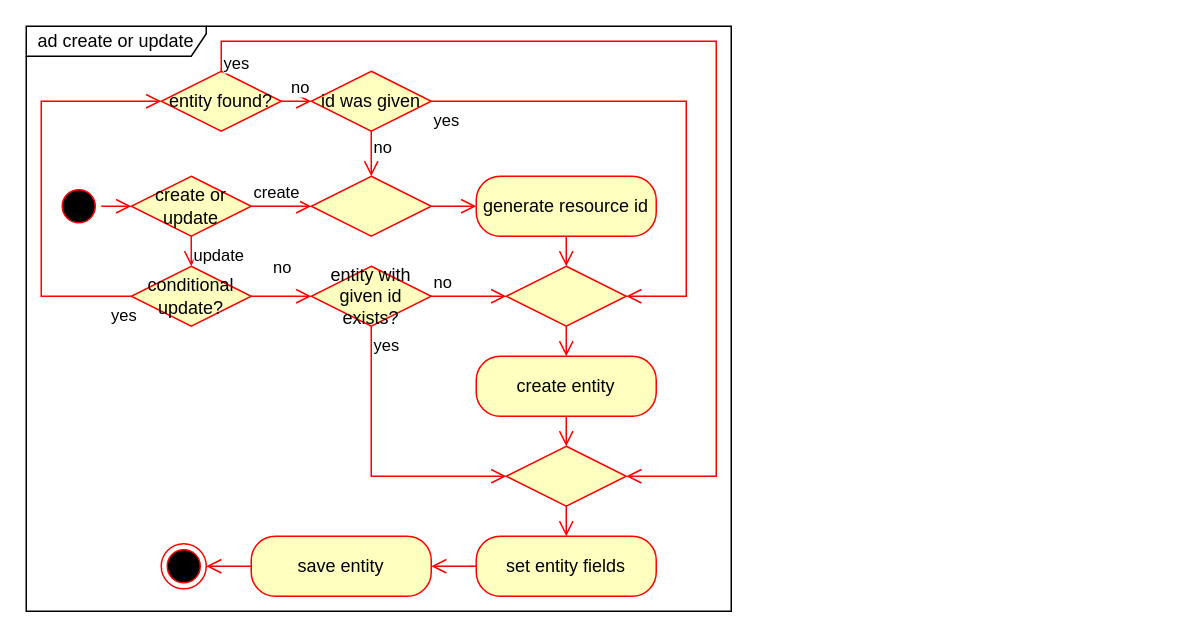
tobchen/patient-index keeps this draw.io diagram as patient-index-main/create-or-update.drawio. Above is the earlier version. Source tidied: cells renumbered, new cells numbered last; positions are measured from the earlier drawing's top-left corner, leaving out a move shared by most shapes. Both pictures are drawn from the tidied source at 150%, with x=0, y=0 at pixel (26, 26).
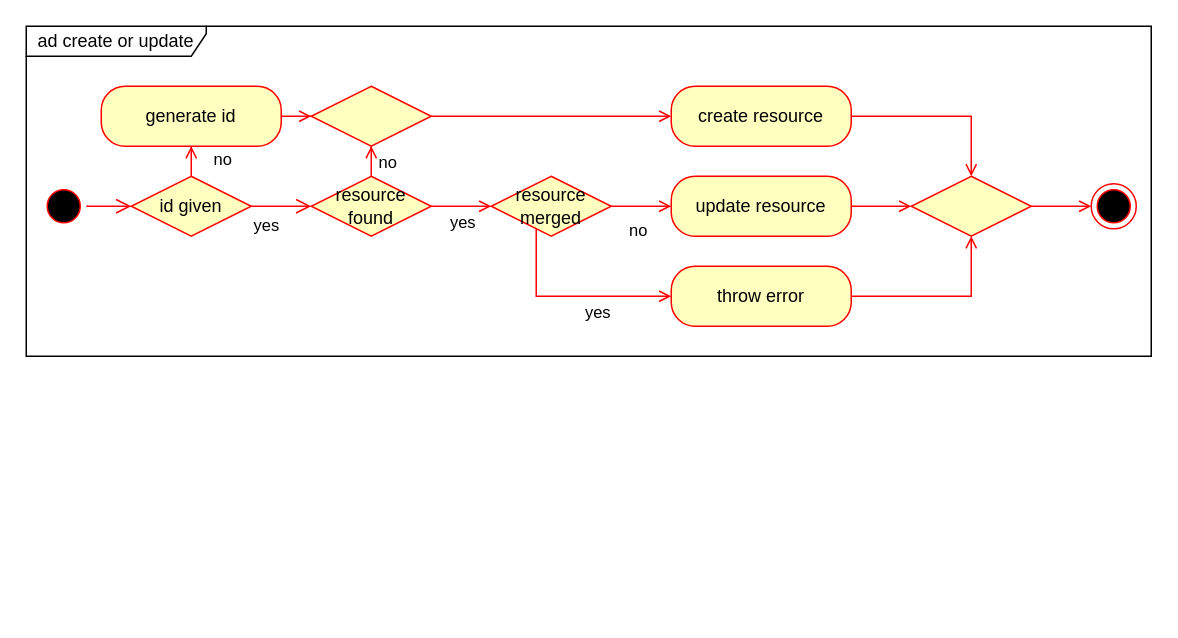
Above is the later version.

What changed in the source:
```diff
@@
     <mxCell id="2" value="ad create or update" style="shape=umlFrame;whiteSpace=wrap;html=1;width=120;height=20;" parent="1" vertex="1">
-      <mxGeometry width="470" height="390" as="geometry" />
+      <mxGeometry width="750" height="220" as="geometry" />
     </mxCell>
-    <mxCell id="3" style="ellipse;html=1;shape=startState;fillColor=#000000;strokeColor=#ff0000;" parent="1" vertex="1">
-      <mxGeometry x="20" y="105" width="30" height="30" as="geometry" />
-    </mxCell>
-    <mxCell id="4" style="edgeStyle=orthogonalEdgeStyle;html=1;verticalAlign=bottom;endArrow=open;endSize=8;strokeColor=#ff0000;rounded=0;" parent="1" edge="1" source="3" target="5">
-      <mxGeometry relative="1" as="geometry" />
-    </mxCell>
-    <mxCell id="5" value="create or update" style="rhombus;whiteSpace=wrap;html=1;fillColor=#ffffc0;strokeColor=#ff0000;" parent="1" vertex="1">
-      <mxGeometry x="70" y="100" width="80" height="40" as="geometry" />
-    </mxCell>
-    <mxCell id="6" value="create" style="edgeStyle=orthogonalEdgeStyle;html=1;align=left;verticalAlign=bottom;endArrow=open;endSize=8;strokeColor=#ff0000;rounded=0;" parent="1" edge="1" source="5" target="10">
-      <mxGeometry x="-1" relative="1" as="geometry" />
-    </mxCell>
-    <mxCell id="7" value="update" style="edgeStyle=orthogonalEdgeStyle;html=1;align=left;verticalAlign=top;endArrow=open;endSize=8;strokeColor=#ff0000;rounded=0;" parent="1" edge="1" source="5" target="23">
-      <mxGeometry x="-1" relative="1" as="geometry" />
-    </mxCell>
-    <mxCell id="8" value="generate resource id" style="rounded=1;whiteSpace=wrap;html=1;arcSize=40;fontColor=#000000;fillColor=#ffffc0;strokeColor=#ff0000;" parent="1" vertex="1">
-      <mxGeometry x="300" y="100" width="120" height="40" as="geometry" />
-    </mxCell>
-    <mxCell id="9" style="edgeStyle=orthogonalEdgeStyle;html=1;verticalAlign=bottom;endArrow=open;endSize=8;strokeColor=#ff0000;rounded=0;" parent="1" edge="1" source="8" target="14">
-      <mxGeometry relative="1" as="geometry" />
-    </mxCell>
-    <mxCell id="10" style="rhombus;whiteSpace=wrap;html=1;fillColor=#ffffc0;strokeColor=#ff0000;" parent="1" vertex="1">
-      <mxGeometry x="190" y="100" width="80" height="40" as="geometry" />
-    </mxCell>
-    <mxCell id="11" style="edgeStyle=orthogonalEdgeStyle;html=1;align=left;verticalAlign=bottom;endArrow=open;endSize=8;strokeColor=#ff0000;rounded=0;" parent="1" edge="1" source="10" target="8">
-      <mxGeometry x="-1" relative="1" as="geometry" />
-    </mxCell>
-    <mxCell id="12" value="create entity" style="rounded=1;whiteSpace=wrap;html=1;arcSize=40;fontColor=#000000;fillColor=#ffffc0;strokeColor=#ff0000;" parent="1" vertex="1">
-      <mxGeometry x="300" y="220" width="120" height="40" as="geometry" />
-    </mxCell>
-    <mxCell id="13" style="edgeStyle=orthogonalEdgeStyle;html=1;verticalAlign=bottom;endArrow=open;endSize=8;strokeColor=#ff0000;rounded=0;" parent="1" edge="1" source="12" target="18">
-      <mxGeometry relative="1" as="geometry" />
-    </mxCell>
-    <mxCell id="14" style="rhombus;whiteSpace=wrap;html=1;fillColor=#ffffc0;strokeColor=#ff0000;" parent="1" vertex="1">
-      <mxGeometry x="320" y="160" width="80" height="40" as="geometry" />
-    </mxCell>
-    <mxCell id="15" style="edgeStyle=orthogonalEdgeStyle;html=1;align=left;verticalAlign=bottom;endArrow=open;endSize=8;strokeColor=#ff0000;rounded=0;" parent="1" edge="1" source="14" target="12">
-      <mxGeometry x="-1" relative="1" as="geometry" />
-    </mxCell>
-    <mxCell id="16" value="set entity fields" style="rounded=1;whiteSpace=wrap;html=1;arcSize=40;fontColor=#000000;fillColor=#ffffc0;strokeColor=#ff0000;" parent="1" vertex="1">
-      <mxGeometry x="300" y="340" width="120" height="40" as="geometry" />
-    </mxCell>
-    <mxCell id="17" style="edgeStyle=orthogonalEdgeStyle;html=1;verticalAlign=bottom;endArrow=open;endSize=8;strokeColor=#ff0000;rounded=0;" parent="1" edge="1" source="16" target="20">
-      <mxGeometry relative="1" as="geometry" />
-    </mxCell>
-    <mxCell id="18" style="rhombus;whiteSpace=wrap;html=1;fillColor=#ffffc0;strokeColor=#ff0000;" parent="1" vertex="1">
-      <mxGeometry x="320" y="280" width="80" height="40" as="geometry" />
-    </mxCell>
-    <mxCell id="19" style="edgeStyle=orthogonalEdgeStyle;html=1;align=left;verticalAlign=bottom;endArrow=open;endSize=8;strokeColor=#ff0000;rounded=0;" parent="1" edge="1" source="18" target="16">
-      <mxGeometry x="-1" relative="1" as="geometry" />
-    </mxCell>
-    <mxCell id="20" value="save entity" style="rounded=1;whiteSpace=wrap;html=1;arcSize=40;fontColor=#000000;fillColor=#ffffc0;strokeColor=#ff0000;" parent="1" vertex="1">
-      <mxGeometry x="150" y="340" width="120" height="40" as="geometry" />
-    </mxCell>
-    <mxCell id="21" style="edgeStyle=orthogonalEdgeStyle;html=1;verticalAlign=bottom;endArrow=open;endSize=8;strokeColor=#ff0000;rounded=0;" parent="1" edge="1" source="20" target="22">
-      <mxGeometry relative="1" as="geometry" />
-    </mxCell>
-    <mxCell id="22" style="ellipse;html=1;shape=endState;fillColor=#000000;strokeColor=#ff0000;" parent="1" vertex="1">
-      <mxGeometry x="90" y="345" width="30" height="30" as="geometry" />
-    </mxCell>
-    <mxCell id="23" value="conditional update?" style="rhombus;whiteSpace=wrap;html=1;fillColor=#ffffc0;strokeColor=#ff0000;" parent="1" vertex="1">
-      <mxGeometry x="70" y="160" width="80" height="40" as="geometry" />
-    </mxCell>
-    <mxCell id="24" value="no" style="edgeStyle=orthogonalEdgeStyle;html=1;align=left;verticalAlign=bottom;endArrow=open;endSize=8;strokeColor=#ff0000;rounded=0;" parent="1" edge="1" source="23" target="26">
-      <mxGeometry x="-0.33" y="10" relative="1" as="geometry" />
-    </mxCell>
-    <mxCell id="25" value="yes" style="edgeStyle=orthogonalEdgeStyle;html=1;align=left;verticalAlign=top;endArrow=open;endSize=8;strokeColor=#ff0000;rounded=0;" parent="1" edge="1" source="23" target="29">
-      <mxGeometry x="-0.89" relative="1" as="geometry">
-        <Array as="points">
-          <mxPoint x="10" y="180" />
-          <mxPoint x="10" y="50" />
-        </Array>
-      </mxGeometry>
-    </mxCell>
-    <mxCell id="26" value="entity with given id exists?" style="rhombus;whiteSpace=wrap;html=1;fillColor=#ffffc0;strokeColor=#ff0000;" parent="1" vertex="1">
-      <mxGeometry x="190" y="160" width="80" height="40" as="geometry" />
-    </mxCell>
-    <mxCell id="27" value="no" style="edgeStyle=orthogonalEdgeStyle;html=1;align=left;verticalAlign=bottom;endArrow=open;endSize=8;strokeColor=#ff0000;rounded=0;" parent="1" edge="1" source="26" target="14">
-      <mxGeometry x="-1" relative="1" as="geometry">
-        <Array as="points">
-          <mxPoint x="260" y="180" />
-          <mxPoint x="260" y="180" />
-        </Array>
-      </mxGeometry>
-    </mxCell>
-    <mxCell id="28" value="yes" style="edgeStyle=orthogonalEdgeStyle;html=1;align=left;verticalAlign=top;endArrow=open;endSize=8;strokeColor=#ff0000;rounded=0;" parent="1" edge="1" source="26" target="18">
-      <mxGeometry x="-1" relative="1" as="geometry">
-        <Array as="points">
-          <mxPoint x="230" y="300" />
-        </Array>
-      </mxGeometry>
-    </mxCell>
-    <mxCell id="29" value="entity found?" style="rhombus;whiteSpace=wrap;html=1;fillColor=#ffffc0;strokeColor=#ff0000;" parent="1" vertex="1">
-      <mxGeometry x="90" y="30" width="80" height="40" as="geometry" />
-    </mxCell>
-    <mxCell id="30" value="no" style="edgeStyle=orthogonalEdgeStyle;html=1;align=left;verticalAlign=bottom;endArrow=open;endSize=8;strokeColor=#ff0000;rounded=0;" parent="1" edge="1" source="29" target="32">
-      <mxGeometry x="-0.5" relative="1" as="geometry" />
-    </mxCell>
-    <mxCell id="31" value="yes" style="edgeStyle=orthogonalEdgeStyle;html=1;align=left;verticalAlign=top;endArrow=open;endSize=8;strokeColor=#ff0000;rounded=0;" parent="1" edge="1" source="29" target="18">
-      <mxGeometry x="-0.95" relative="1" as="geometry">
-        <Array as="points">
-          <mxPoint x="130" y="10" />
-          <mxPoint x="460" y="10" />
-          <mxPoint x="460" y="300" />
-        </Array>
-      </mxGeometry>
-    </mxCell>
-    <mxCell id="32" value="id was given" style="rhombus;whiteSpace=wrap;html=1;fillColor=#ffffc0;strokeColor=#ff0000;" parent="1" vertex="1">
-      <mxGeometry x="190" y="30" width="80" height="40" as="geometry" />
-    </mxCell>
-    <mxCell id="33" value="no" style="edgeStyle=orthogonalEdgeStyle;html=1;align=left;verticalAlign=bottom;endArrow=open;endSize=8;strokeColor=#ff0000;rounded=0;" parent="1" edge="1" source="32" target="10">
-      <mxGeometry x="0.33" relative="1" as="geometry" />
-    </mxCell>
-    <mxCell id="34" value="yes" style="edgeStyle=orthogonalEdgeStyle;html=1;align=left;verticalAlign=top;endArrow=open;endSize=8;strokeColor=#ff0000;rounded=0;" parent="1" edge="1" source="32" target="14">
-      <mxGeometry x="-1" relative="1" as="geometry">
-        <Array as="points">
-          <mxPoint x="440" y="50" />
-          <mxPoint x="440" y="180" />
-        </Array>
-      </mxGeometry>
-    </mxCell>
+    <mxCell id="35" style="ellipse;html=1;shape=startState;fillColor=#000000;strokeColor=#ff0000;" parent="1" vertex="1">
+      <mxGeometry x="10" y="105" width="30" height="30" as="geometry" />
+    </mxCell>
+    <mxCell id="36" style="edgeStyle=orthogonalEdgeStyle;html=1;verticalAlign=bottom;endArrow=open;endSize=8;strokeColor=#ff0000;rounded=0;" parent="1" edge="1" source="35" target="39">
+      <mxGeometry relative="1" as="geometry" />
+    </mxCell>
+    <mxCell id="37" style="edgeStyle=orthogonalEdgeStyle;rounded=0;jettySize=auto;html=1;endArrow=open;endFill=0;strokeColor=#FF0000;" parent="1" edge="1" source="39" target="58">
+      <mxGeometry relative="1" as="geometry" />
+    </mxCell>
+    <mxCell id="38" value="no" style="edgeLabel;html=1;align=center;verticalAlign=middle;" parent="37" vertex="1">
+      <mxGeometry x="0.73" relative="1" as="geometry">
+        <mxPoint x="20" as="offset" />
+      </mxGeometry>
+    </mxCell>
+    <mxCell id="39" value="id given" style="rhombus;whiteSpace=wrap;html=1;fontColor=#000000;fillColor=#ffffc0;strokeColor=#ff0000;" parent="1" vertex="1">
+      <mxGeometry x="70" y="100" width="80" height="40" as="geometry" />
+    </mxCell>
+    <mxCell id="40" value="yes" style="edgeStyle=orthogonalEdgeStyle;html=1;align=left;verticalAlign=top;endArrow=open;endSize=8;strokeColor=#ff0000;rounded=0;" parent="1" edge="1" source="39" target="45">
+      <mxGeometry x="-1" relative="1" as="geometry" />
+    </mxCell>
+    <mxCell id="41" style="edgeStyle=orthogonalEdgeStyle;rounded=0;jettySize=auto;html=1;strokeColor=#FF0000;endArrow=open;endFill=0;" parent="1" edge="1" source="45" target="50">
+      <mxGeometry relative="1" as="geometry" />
+    </mxCell>
+    <mxCell id="42" value="yes" style="edgeLabel;html=1;align=center;verticalAlign=middle;" parent="41" vertex="1">
+      <mxGeometry x="0.05" y="2" relative="1" as="geometry">
+        <mxPoint x="-1" y="12" as="offset" />
+      </mxGeometry>
+    </mxCell>
+    <mxCell id="43" style="edgeStyle=orthogonalEdgeStyle;rounded=0;jettySize=auto;html=1;strokeColor=#FF0000;endArrow=open;endFill=0;" parent="1" edge="1" source="45" target="60">
+      <mxGeometry relative="1" as="geometry" />
+    </mxCell>
+    <mxCell id="44" value="no" style="edgeLabel;html=1;align=center;verticalAlign=middle;" parent="43" vertex="1">
+      <mxGeometry x="0.7" y="-1" relative="1" as="geometry">
+        <mxPoint x="9" y="1" as="offset" />
+      </mxGeometry>
+    </mxCell>
+    <mxCell id="45" value="resource found" style="rhombus;whiteSpace=wrap;html=1;fontColor=#000000;fillColor=#ffffc0;strokeColor=#ff0000;" parent="1" vertex="1">
+      <mxGeometry x="190" y="100" width="80" height="40" as="geometry" />
+    </mxCell>
+    <mxCell id="46" style="edgeStyle=orthogonalEdgeStyle;rounded=0;jettySize=auto;html=1;strokeColor=#FF0000;endArrow=open;endFill=0;" parent="1" edge="1" source="50" target="54">
+      <mxGeometry relative="1" as="geometry" />
+    </mxCell>
+    <mxCell id="47" value="no" style="edgeLabel;html=1;align=center;verticalAlign=middle;" parent="46" vertex="1">
+      <mxGeometry x="-0.15" y="-1" relative="1" as="geometry">
+        <mxPoint y="14" as="offset" />
+      </mxGeometry>
+    </mxCell>
+    <mxCell id="48" style="edgeStyle=orthogonalEdgeStyle;rounded=0;jettySize=auto;html=1;strokeColor=#FF0000;endArrow=open;endFill=0;" parent="1" edge="1" source="50" target="52">
+      <mxGeometry relative="1" as="geometry">
+        <Array as="points">
+          <mxPoint x="340" y="180" />
+        </Array>
+      </mxGeometry>
+    </mxCell>
+    <mxCell id="49" value="yes" style="edgeLabel;html=1;align=center;verticalAlign=middle;" parent="48" vertex="1">
+      <mxGeometry x="0.32" y="-1" relative="1" as="geometry">
+        <mxPoint x="-4" y="9" as="offset" />
+      </mxGeometry>
+    </mxCell>
+    <mxCell id="50" value="resource merged" style="rhombus;whiteSpace=wrap;html=1;fontColor=#000000;fillColor=#ffffc0;strokeColor=#ff0000;" parent="1" vertex="1">
+      <mxGeometry x="310" y="100" width="80" height="40" as="geometry" />
+    </mxCell>
+    <mxCell id="51" style="edgeStyle=orthogonalEdgeStyle;rounded=0;jettySize=auto;html=1;strokeColor=#FF0000;endArrow=open;endFill=0;" parent="1" edge="1" source="52" target="62">
+      <mxGeometry relative="1" as="geometry" />
+    </mxCell>
+    <mxCell id="52" value="throw error" style="rounded=1;whiteSpace=wrap;html=1;arcSize=40;fontColor=#000000;fillColor=#ffffc0;strokeColor=#ff0000;" parent="1" vertex="1">
+      <mxGeometry x="430" y="160" width="120" height="40" as="geometry" />
+    </mxCell>
+    <mxCell id="53" style="edgeStyle=orthogonalEdgeStyle;rounded=0;jettySize=auto;html=1;strokeColor=#FF0000;endArrow=open;endFill=0;" parent="1" edge="1" source="54" target="62">
+      <mxGeometry relative="1" as="geometry" />
+    </mxCell>
+    <mxCell id="54" value="update resource" style="rounded=1;whiteSpace=wrap;html=1;arcSize=40;fontColor=#000000;fillColor=#ffffc0;strokeColor=#ff0000;" parent="1" vertex="1">
+      <mxGeometry x="430" y="100" width="120" height="40" as="geometry" />
+    </mxCell>
+    <mxCell id="55" style="edgeStyle=orthogonalEdgeStyle;rounded=0;jettySize=auto;html=1;strokeColor=#FF0000;endArrow=open;endFill=0;" parent="1" edge="1" source="56" target="62">
+      <mxGeometry relative="1" as="geometry" />
+    </mxCell>
+    <mxCell id="56" value="create resource" style="rounded=1;whiteSpace=wrap;html=1;arcSize=40;fontColor=#000000;fillColor=#ffffc0;strokeColor=#ff0000;" parent="1" vertex="1">
+      <mxGeometry x="430" y="40" width="120" height="40" as="geometry" />
+    </mxCell>
+    <mxCell id="57" style="edgeStyle=orthogonalEdgeStyle;rounded=0;jettySize=auto;html=1;strokeColor=#FF0000;endArrow=open;endFill=0;" parent="1" edge="1" source="58" target="60">
+      <mxGeometry relative="1" as="geometry" />
+    </mxCell>
+    <mxCell id="58" value="generate id" style="rounded=1;whiteSpace=wrap;html=1;arcSize=40;fontColor=#000000;fillColor=#ffffc0;strokeColor=#ff0000;" parent="1" vertex="1">
+      <mxGeometry x="50" y="40" width="120" height="40" as="geometry" />
+    </mxCell>
+    <mxCell id="59" style="edgeStyle=orthogonalEdgeStyle;rounded=0;jettySize=auto;html=1;strokeColor=#FF0000;endArrow=open;endFill=0;" parent="1" edge="1" source="60" target="56">
+      <mxGeometry relative="1" as="geometry" />
+    </mxCell>
+    <mxCell id="60" style="rhombus;whiteSpace=wrap;html=1;fontColor=#000000;fillColor=#ffffc0;strokeColor=#ff0000;" parent="1" vertex="1">
+      <mxGeometry x="190" y="40" width="80" height="40" as="geometry" />
+    </mxCell>
+    <mxCell id="61" style="edgeStyle=orthogonalEdgeStyle;rounded=0;jettySize=auto;html=1;strokeColor=#FF0000;endArrow=open;endFill=0;" parent="1" edge="1" source="62" target="63">
+      <mxGeometry relative="1" as="geometry" />
+    </mxCell>
+    <mxCell id="62" style="rhombus;whiteSpace=wrap;html=1;fontColor=#000000;fillColor=#ffffc0;strokeColor=#ff0000;" parent="1" vertex="1">
+      <mxGeometry x="590" y="100" width="80" height="40" as="geometry" />
+    </mxCell>
+    <mxCell id="63" style="ellipse;html=1;shape=endState;fillColor=#000000;strokeColor=#ff0000;" parent="1" vertex="1">
+      <mxGeometry x="710" y="105" width="30" height="30" as="geometry" />
+    </mxCell>
```
